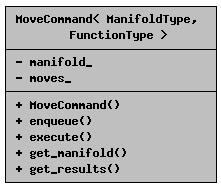
acgetchell/CDT-plusplus keeps this Graphviz diagram as class_move_command__coll__graph.png. Above is the earlier version. Its source is kept beside it as class_move_command__coll__graph.dot.
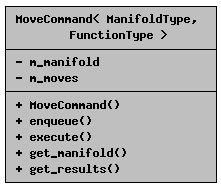
After the commit.

The edit, as a diff of the source:
```diff
@@ -2,5 +2,5 @@
 {
   edge [fontname="Helvetica",fontsize="10",labelfontname="Helvetica",labelfontsize="10"];
   node [fontname="Helvetica",fontsize="10",shape=record];
-  Node1 [label="{MoveCommand\< ManifoldType,\l FunctionType \>\n|- manifold_\l- moves_\l|+ MoveCommand()\l+ enqueue()\l+ execute()\l+ get_manifold()\l+ get_results()\l}",height=0.2,width=0.4,color="black", fillcolor="grey75", style="filled", fontcolor="black",tooltip=" "];
+  Node1 [label="{MoveCommand\< ManifoldType,\l FunctionType \>\n|- m_manifold\l- m_moves\l|+ MoveCommand()\l+ enqueue()\l+ execute()\l+ get_manifold()\l+ get_results()\l}",height=0.2,width=0.4,color="black", fillcolor="grey75", style="filled", fontcolor="black",tooltip=" "];
 }
```
